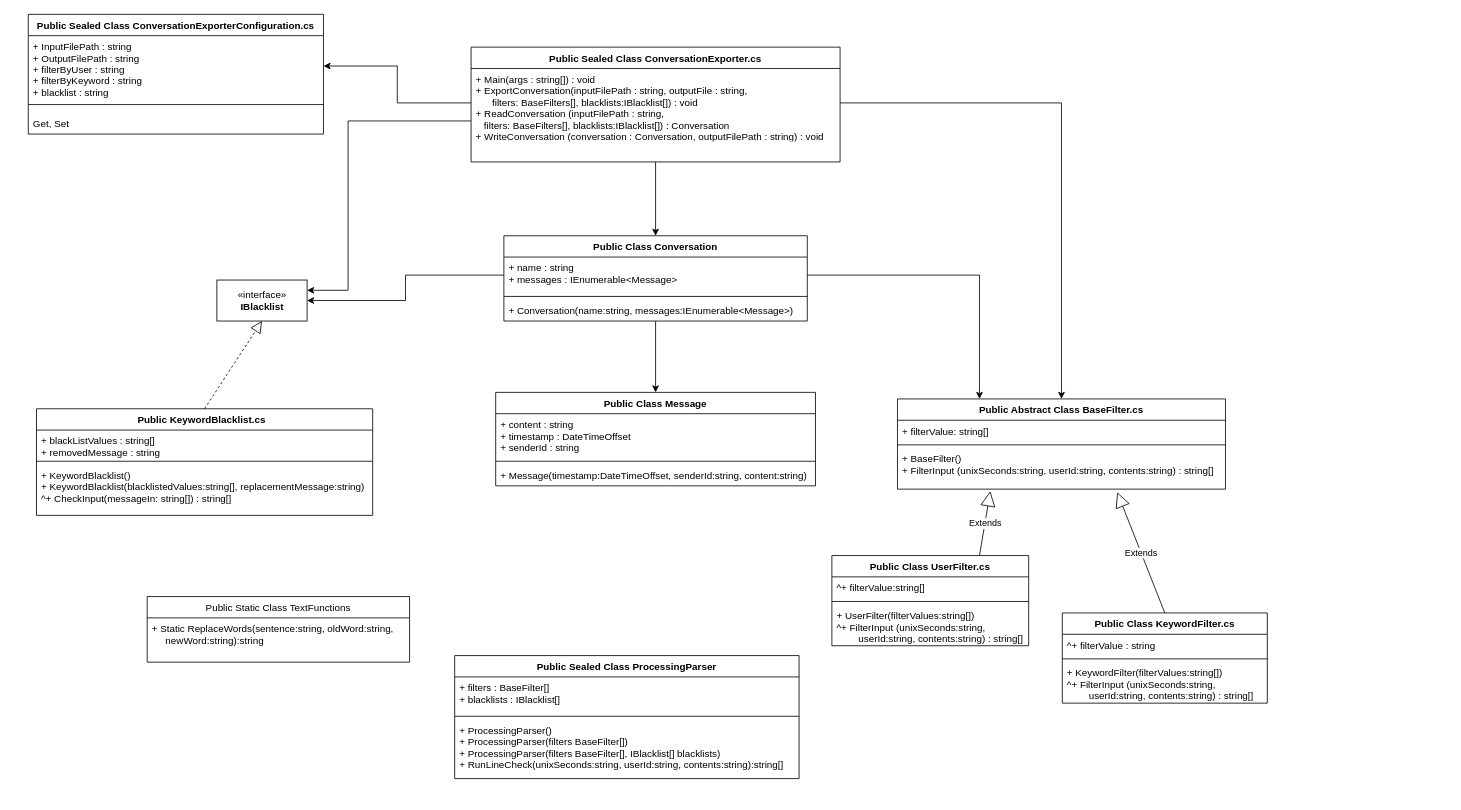
Earlier version of the draw.io diagram MyChat UML.drawio (mindlink/my-chat-dotnet). Source tidied: cells renumbered, new cells numbered last; positions are measured from the earlier drawing's top-left corner, leaving out a move shared by most shapes. Both pictures are drawn from the tidied source at 82%, with x=0, y=0 at pixel (28, 14).
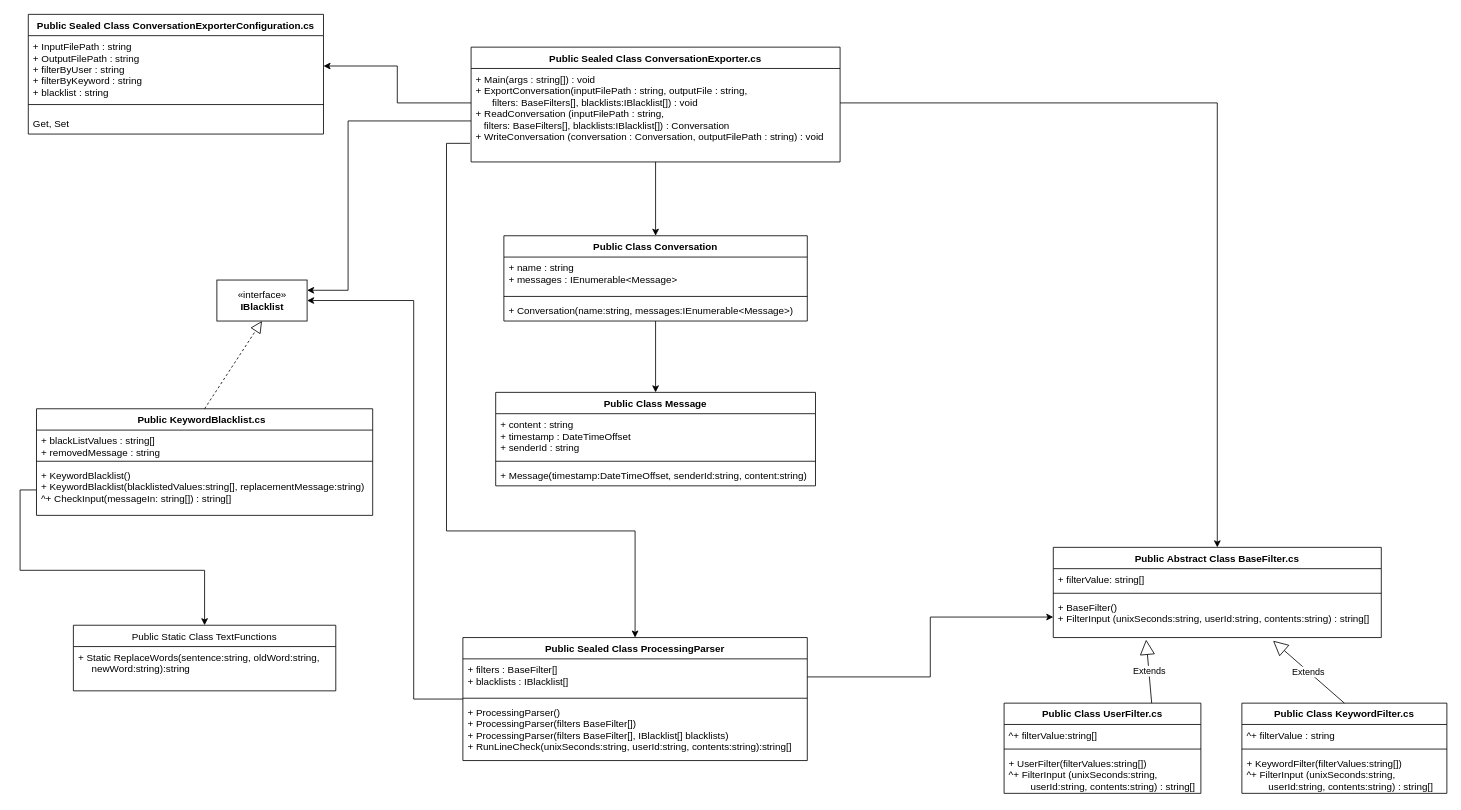
The same diagram, later.

Unchanged cells that the change refers to:
```xml
<mxCell id="10" value="+ name : string&#10;+ messages : IEnumerable&lt;Message&gt;" style="text;strokeColor=none;fillColor=none;align=left;verticalAlign=top;spacingLeft=4;spacingRight=4;overflow=hidden;points=[[0,0.5],[1,0.5]];portConstraint=eastwest;" parent="9" vertex="1">
  <mxGeometry y="26" width="370" height="44" as="geometry" />
</mxCell>
<mxCell id="20" value="+ Main(args : string[]) : void&#10;+ ExportConversation(inputFilePath : string, outputFile : string, &#10;      filters: BaseFilters[], blacklists:IBlacklist[]) : void&#10;+ ReadConversation (inputFilePath : string,&#10;   filters: BaseFilters[], blacklists:IBlacklist[]) : Conversation&#10;+ WriteConversation (conversation : Conversation, outputFilePath : string) : void" style="text;strokeColor=none;fillColor=none;align=left;verticalAlign=top;spacingLeft=4;spacingRight=4;overflow=hidden;points=[[0,0.5],[1,0.5]];portConstraint=eastwest;" parent="1" vertex="1">
  <mxGeometry x="540" y="66" width="450" height="84" as="geometry" />
</mxCell>
<mxCell id="24" value="+ BaseFilter()&#10;+ FilterInput (unixSeconds:string, userId:string, contents:string) : string[]" style="text;strokeColor=none;fillColor=none;align=left;verticalAlign=top;spacingLeft=4;spacingRight=4;overflow=hidden;points=[[0,0.5],[1,0.5]];portConstraint=eastwest;" parent="21" vertex="1">
  <mxGeometry y="60" width="400" height="50" as="geometry" />
</mxCell>
<mxCell id="39" value="+ KeywordBlacklist()&#10;+ KeywordBlacklist(blacklistedValues:string[], replacementMessage:string)&#10;^+ CheckInput(messageIn: string[]) : string[]" style="text;strokeColor=none;fillColor=none;align=left;verticalAlign=top;spacingLeft=4;spacingRight=4;overflow=hidden;points=[[0,0.5],[1,0.5]];portConstraint=eastwest;" parent="36" vertex="1">
  <mxGeometry y="68" width="410" height="62" as="geometry" />
</mxCell>
<mxCell id="40" value="«interface»&lt;br&gt;&lt;b&gt;IBlacklist&lt;/b&gt;" style="html=1;" parent="1" vertex="1">
  <mxGeometry x="230" y="324" width="110" height="50" as="geometry" />
</mxCell>
<mxCell id="44" value="+ filters : BaseFilter[]&#10;+ blacklists : IBlacklist[]" style="text;strokeColor=none;fillColor=none;align=left;verticalAlign=top;spacingLeft=4;spacingRight=4;overflow=hidden;points=[[0,0.5],[1,0.5]];portConstraint=eastwest;" parent="43" vertex="1">
  <mxGeometry y="26" width="420" height="44" as="geometry" />
</mxCell>
```

Change to the diagram source:
```diff
@@
+    <mxCell id="49" style="edgeStyle=orthogonalEdgeStyle;rounded=0;jettySize=auto;html=1;entryX=0.5;entryY=0;entryDx=0;entryDy=0;exitX=-0.003;exitY=1.087;exitDx=0;exitDy=0;exitPerimeter=0;" parent="1" edge="1" source="20" target="43">
+      <mxGeometry relative="1" as="geometry">
+        <Array as="points">
+          <mxPoint x="510" y="157" />
+          <mxPoint x="510" y="630" />
+          <mxPoint x="740" y="630" />
+        </Array>
+      </mxGeometry>
+    </mxCell>
@@
     <mxCell id="21" value="Public Abstract Class BaseFilter.cs" style="swimlane;fontStyle=1;align=center;verticalAlign=top;horizontal=1;startSize=26;" parent="1" vertex="1">
-      <mxGeometry x="1060" y="469" width="400" height="110" as="geometry" />
+      <mxGeometry x="1250" y="650" width="400" height="110" as="geometry" />
     </mxCell>
@@
     <mxCell id="25" value="Public Class UserFilter.cs" style="swimlane;fontStyle=1;align=center;verticalAlign=top;horizontal=1;startSize=26;" parent="1" vertex="1">
-      <mxGeometry x="980" y="660" width="240" height="110" as="geometry" />
+      <mxGeometry x="1190" y="840" width="240" height="110" as="geometry" />
     </mxCell>
@@
     <mxCell id="30" value="Public Class KeywordFilter.cs" style="swimlane;fontStyle=1;align=center;verticalAlign=top;horizontal=1;startSize=26;" parent="1" vertex="1">
-      <mxGeometry x="1261" y="730" width="250" height="110" as="geometry" />
+      <mxGeometry x="1480" y="840" width="250" height="110" as="geometry" />
     </mxCell>
@@
-    <mxCell id="35" style="edgeStyle=orthogonalEdgeStyle;rounded=0;jettySize=auto;html=1;entryX=0.25;entryY=0;entryDx=0;entryDy=0;" parent="1" edge="1" source="10" target="21">
-      <mxGeometry relative="1" as="geometry">
-        <Array as="points">
-          <mxPoint x="1160" y="318" />
-        </Array>
-      </mxGeometry>
-    </mxCell>
@@
-    <mxCell id="41" style="edgeStyle=orthogonalEdgeStyle;rounded=0;jettySize=auto;html=1;entryX=1;entryY=0.5;entryDx=0;entryDy=0;" parent="1" edge="1" source="10" target="40">
-      <mxGeometry relative="1" as="geometry" />
-    </mxCell>
@@
+    <mxCell id="50" style="edgeStyle=orthogonalEdgeStyle;rounded=0;jettySize=auto;html=1;entryX=1;entryY=0.5;entryDx=0;entryDy=0;" parent="1" edge="1" source="43" target="40">
+      <mxGeometry relative="1" as="geometry">
+        <Array as="points">
+          <mxPoint x="470" y="835" />
+          <mxPoint x="470" y="349" />
+        </Array>
+      </mxGeometry>
+    </mxCell>
     <mxCell id="43" value="Public Sealed Class ProcessingParser" style="swimlane;fontStyle=1;align=center;verticalAlign=top;horizontal=1;startSize=26;" parent="1" vertex="1">
-      <mxGeometry x="520" y="782" width="420" height="150" as="geometry" />
+      <mxGeometry x="530" y="760" width="420" height="150" as="geometry" />
     </mxCell>
@@
     <mxCell id="47" value="Public Static Class TextFunctions" style="swimlane;fontStyle=0;horizontal=1;startSize=26;fillColor=none;" parent="1" vertex="1">
-      <mxGeometry x="145" y="710" width="320" height="80" as="geometry" />
+      <mxGeometry x="55" y="745" width="320" height="80" as="geometry" />
     </mxCell>
@@
+    <mxCell id="51" style="edgeStyle=orthogonalEdgeStyle;rounded=0;jettySize=auto;html=1;exitX=0;exitY=0.5;exitDx=0;exitDy=0;entryX=0.5;entryY=0;entryDx=0;entryDy=0;" parent="1" edge="1" source="39" target="47">
+      <mxGeometry relative="1" as="geometry" />
+    </mxCell>
+    <mxCell id="52" style="edgeStyle=orthogonalEdgeStyle;rounded=0;jettySize=auto;html=1;entryX=0;entryY=0.5;entryDx=0;entryDy=0;" parent="1" edge="1" source="44" target="24">
+      <mxGeometry relative="1" as="geometry">
+        <Array as="points">
+          <mxPoint x="1100" y="808" />
+          <mxPoint x="1100" y="735" />
+        </Array>
+      </mxGeometry>
+    </mxCell>
```
